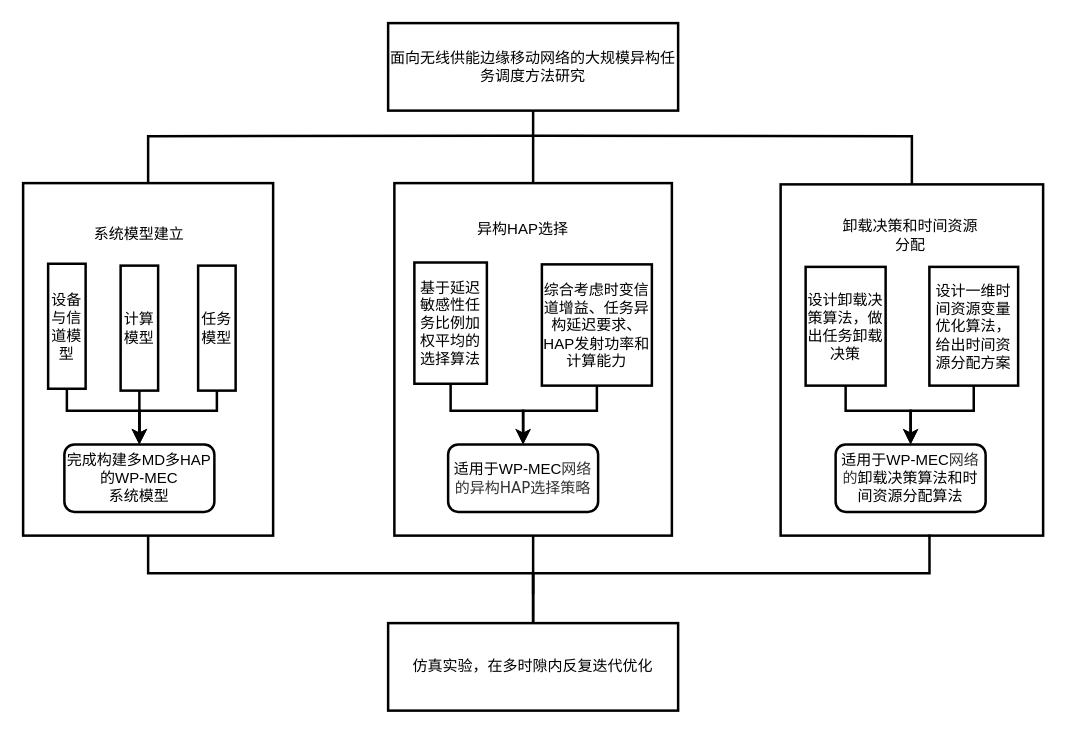
Above: page "第 11 页" (11 of 11) of server/multi_devices_distrubution.drawio in lxl0915/Intelligent_Housekeeper (draw.io), before the change. Source tidied: cells renumbered, new cells numbered last; positions are measured from the earlier drawing's top-left corner, leaving out a move shared by most shapes. Both pictures are drawn from the tidied source at 125%, with x=0, y=0 at pixel (22, 22).
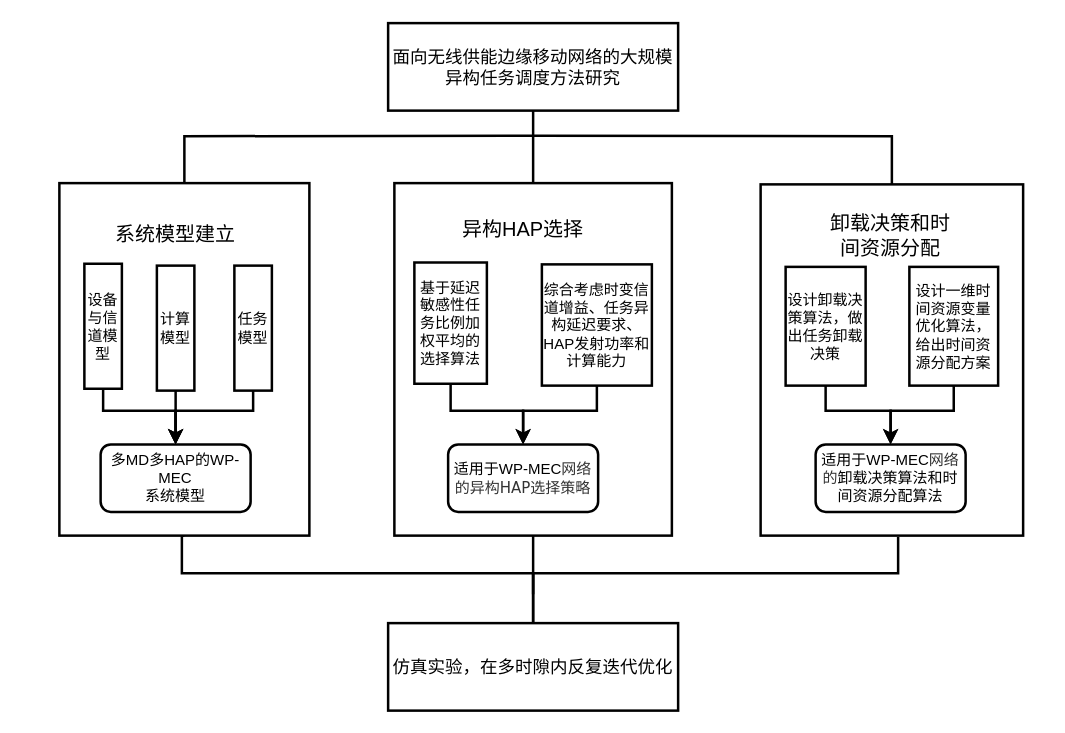
After the change.

The edit, as a diff of the source:
```diff
@@
-    <mxCell id="5" value="面向无线供能边缘移动网络的大规模异构任务调度方法研究" style="rounded=0;whiteSpace=wrap;html=1;strokeWidth=2;" parent="1" vertex="1">
+    <mxCell id="5" value="&lt;font style=&quot;font-size: 14px;&quot;&gt;面向无线供能边缘移动网络的大规模异构任务调度方法研究&lt;/font&gt;" style="rounded=0;whiteSpace=wrap;html=1;strokeWidth=2;" parent="1" vertex="1">
       <mxGeometry x="292" width="232" height="70" as="geometry" />
     </mxCell>
     <mxCell id="6" style="edgeStyle=orthogonalEdgeStyle;rounded=0;jettySize=auto;html=1;entryX=0.5;entryY=0;entryDx=0;entryDy=0;exitX=0.5;exitY=1;exitDx=0;exitDy=0;strokeWidth=2;endArrow=none;endFill=0;" parent="1" edge="1" source="7" target="28">
       <mxGeometry relative="1" as="geometry">
         <Array as="points">
-          <mxPoint x="100" y="440" />
+          <mxPoint x="127" y="410" />
+          <mxPoint x="127" y="440" />
           <mxPoint x="408" y="440" />
         </Array>
       </mxGeometry>
     </mxCell>
     <mxCell id="7" style="rounded=0;whiteSpace=wrap;html=1;strokeWidth=2;" parent="1" vertex="1">
-      <mxGeometry y="128" width="200" height="282" as="geometry" />
+      <mxGeometry x="29" y="128" width="200" height="282" as="geometry" />
     </mxCell>
     <mxCell id="8" style="edgeStyle=orthogonalEdgeStyle;rounded=0;jettySize=auto;html=1;strokeWidth=2;" parent="1" edge="1" source="9" target="29">
       <mxGeometry relative="1" as="geometry">
         <Array as="points">
-          <mxPoint x="35" y="310" />
-          <mxPoint x="93" y="310" />
+          <mxPoint x="64" y="310" />
+          <mxPoint x="122" y="310" />
         </Array>
       </mxGeometry>
     </mxCell>
     <mxCell id="9" value="设备与信道模型" style="rounded=0;whiteSpace=wrap;html=1;strokeWidth=2;" parent="1" vertex="1">
-      <mxGeometry x="20" y="192.5" width="30" height="100" as="geometry" />
+      <mxGeometry x="49" y="192.5" width="30" height="100" as="geometry" />
     </mxCell>
-    <mxCell id="10" value="系统模型建立" style="text;html=1;strokeColor=none;fillColor=none;align=center;verticalAlign=middle;whiteSpace=wrap;rounded=0;strokeWidth=2;" parent="1" vertex="1">
-      <mxGeometry x="38" y="144" width="110" height="50" as="geometry" />
+    <mxCell id="10" value="&lt;font style=&quot;font-size: 16px;&quot;&gt;系统模型建立&lt;/font&gt;" style="text;html=1;strokeColor=none;fillColor=none;align=center;verticalAlign=middle;whiteSpace=wrap;rounded=0;strokeWidth=2;" parent="1" vertex="1">
+      <mxGeometry x="67" y="144" width="110" height="50" as="geometry" />
     </mxCell>
@@
     <mxCell id="12" value="计算模型" style="rounded=0;whiteSpace=wrap;html=1;strokeWidth=2;" parent="1" vertex="1">
-      <mxGeometry x="78" y="194" width="30" height="100" as="geometry" />
+      <mxGeometry x="107" y="194" width="30" height="100" as="geometry" />
     </mxCell>
     <mxCell id="13" style="edgeStyle=orthogonalEdgeStyle;rounded=0;jettySize=auto;html=1;strokeWidth=2;" parent="1" edge="1" source="14" target="29">
       <mxGeometry relative="1" as="geometry">
         <Array as="points">
-          <mxPoint x="155" y="310" />
-          <mxPoint x="93" y="310" />
+          <mxPoint x="184" y="310" />
+          <mxPoint x="122" y="310" />
         </Array>
       </mxGeometry>
     </mxCell>
     <mxCell id="14" value="任务模型" style="rounded=0;whiteSpace=wrap;html=1;strokeWidth=2;" parent="1" vertex="1">
-      <mxGeometry x="140" y="194" width="30" height="100" as="geometry" />
+      <mxGeometry x="169" y="194" width="30" height="100" as="geometry" />
     </mxCell>
@@
-    <mxCell id="18" value="异构HAP选择" style="text;html=1;strokeColor=none;fillColor=none;align=center;verticalAlign=middle;whiteSpace=wrap;rounded=0;strokeWidth=2;" parent="1" vertex="1">
+    <mxCell id="18" value="&lt;font style=&quot;font-size: 16px;&quot;&gt;异构HAP选择&lt;/font&gt;" style="text;html=1;strokeColor=none;fillColor=none;align=center;verticalAlign=middle;whiteSpace=wrap;rounded=0;strokeWidth=2;" parent="1" vertex="1">
       <mxGeometry x="345" y="140" width="110" height="50" as="geometry" />
     </mxCell>
@@
     <mxCell id="21" style="rounded=0;whiteSpace=wrap;html=1;strokeWidth=2;" parent="1" vertex="1">
-      <mxGeometry x="606" y="129" width="210" height="281" as="geometry" />
+      <mxGeometry x="590" y="129" width="210" height="281" as="geometry" />
     </mxCell>
     <mxCell id="22" style="edgeStyle=orthogonalEdgeStyle;rounded=0;jettySize=auto;html=1;strokeWidth=2;" parent="1" edge="1" source="23" target="31">
       <mxGeometry relative="1" as="geometry">
         <Array as="points">
-          <mxPoint x="658" y="310" />
-          <mxPoint x="710" y="310" />
+          <mxPoint x="642" y="310" />
+          <mxPoint x="694" y="310" />
         </Array>
       </mxGeometry>
     </mxCell>
     <mxCell id="23" value="设计卸载决策算法，做出任务卸载决策" style="rounded=0;whiteSpace=wrap;html=1;strokeWidth=2;" parent="1" vertex="1">
-      <mxGeometry x="626" y="195" width="64" height="95" as="geometry" />
+      <mxGeometry x="610" y="195" width="64" height="95" as="geometry" />
     </mxCell>
-    <mxCell id="24" value="卸载决策和时间资源分配" style="text;html=1;strokeColor=none;fillColor=none;align=center;verticalAlign=middle;whiteSpace=wrap;rounded=0;strokeWidth=2;" parent="1" vertex="1">
-      <mxGeometry x="655" y="145" width="110" height="50" as="geometry" />
+    <mxCell id="24" value="&lt;font style=&quot;font-size: 16px;&quot;&gt;卸载决策和时间资源分配&lt;/font&gt;" style="text;html=1;strokeColor=none;fillColor=none;align=center;verticalAlign=middle;whiteSpace=wrap;rounded=0;strokeWidth=2;" parent="1" vertex="1">
+      <mxGeometry x="639" y="145" width="110" height="50" as="geometry" />
     </mxCell>
     <mxCell id="25" style="edgeStyle=orthogonalEdgeStyle;rounded=0;jettySize=auto;html=1;strokeWidth=2;" parent="1" edge="1" source="26" target="31">
       <mxGeometry relative="1" as="geometry">
         <Array as="points">
-          <mxPoint x="761" y="310" />
-          <mxPoint x="710" y="310" />
+          <mxPoint x="745" y="310" />
+          <mxPoint x="694" y="310" />
         </Array>
       </mxGeometry>
     </mxCell>
     <mxCell id="26" value="设计一维时间资源变量优化算法，给出时间资源分配方案" style="rounded=0;whiteSpace=wrap;html=1;strokeWidth=2;" parent="1" vertex="1">
-      <mxGeometry x="725" y="195" width="71" height="95" as="geometry" />
+      <mxGeometry x="709" y="195" width="71" height="95" as="geometry" />
     </mxCell>
@@
-    <mxCell id="28" value="仿真实验，在多时隙内反复迭代优化" style="rounded=0;whiteSpace=wrap;html=1;strokeWidth=2;" parent="1" vertex="1">
+    <mxCell id="28" value="&lt;font style=&quot;font-size: 14px;&quot;&gt;仿真实验，在多时隙内反复迭代优化&lt;/font&gt;" style="rounded=0;whiteSpace=wrap;html=1;strokeWidth=2;" parent="1" vertex="1">
       <mxGeometry x="292" y="480" width="232" height="70" as="geometry" />
     </mxCell>
-    <mxCell id="29" value="完成构建多MD多HAP的WP-MEC&lt;br style=&quot;border-color: var(--border-color);&quot;&gt;系统模型" style="rounded=1;whiteSpace=wrap;html=1;strokeWidth=2;" parent="1" vertex="1">
-      <mxGeometry x="33" y="337" width="120" height="54" as="geometry" />
+    <mxCell id="29" value="多MD多HAP的WP-MEC&lt;br style=&quot;border-color: var(--border-color);&quot;&gt;系统模型" style="rounded=1;whiteSpace=wrap;html=1;strokeWidth=2;" parent="1" vertex="1">
+      <mxGeometry x="62" y="337" width="120" height="54" as="geometry" />
     </mxCell>
@@
     <mxCell id="31" value="适用于WP-MEC&lt;span style=&quot;border-color: var(--border-color); color: rgb(51, 51, 51); font-family: Verdana;&quot;&gt;网络的&lt;/span&gt;卸载决策算法和时间资源分配算法" style="rounded=1;whiteSpace=wrap;html=1;strokeWidth=2;" parent="1" vertex="1">
-      <mxGeometry x="650" y="337" width="120" height="54" as="geometry" />
+      <mxGeometry x="634" y="337" width="120" height="54" as="geometry" />
     </mxCell>
-    <mxCell id="32" style="edgeStyle=orthogonalEdgeStyle;rounded=0;jettySize=auto;html=1;entryX=0.567;entryY=0.997;entryDx=0;entryDy=0;entryPerimeter=0;strokeWidth=2;endArrow=none;endFill=0;" parent="1" edge="1" target="21">
+    <mxCell id="32" style="edgeStyle=orthogonalEdgeStyle;rounded=0;orthogonalLoop=1;jettySize=auto;html=1;strokeWidth=2;endArrow=none;endFill=0;" parent="1" edge="1">
       <mxGeometry relative="1" as="geometry">
         <mxPoint x="408" y="456.9" as="sourcePoint" />
+        <mxPoint x="700" y="411" as="targetPoint" />
         <Array as="points">
           <mxPoint x="408" y="440" />
-          <mxPoint x="725" y="440" />
+          <mxPoint x="700" y="440" />
         </Array>
       </mxGeometry>
     </mxCell>
```
